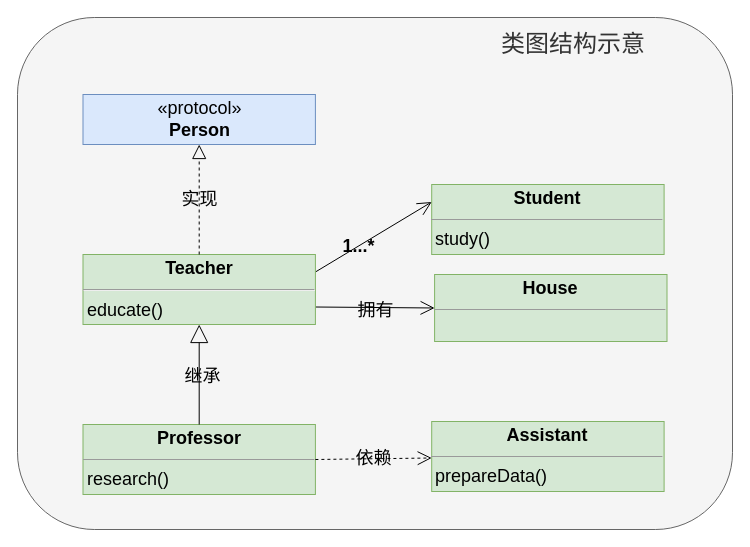
The draw.io diagram page "ClassDiagram" (1 of 4) of OrzSwiftDP.drawio in OrzGeeker/OrzDP, before the edit. Source tidied: cells renumbered, new cells numbered last; positions are measured from the earlier drawing's top-left corner, leaving out a move shared by most shapes. Both pictures are drawn from the tidied source at 100%, with x=0, y=0 at pixel (17, 17).
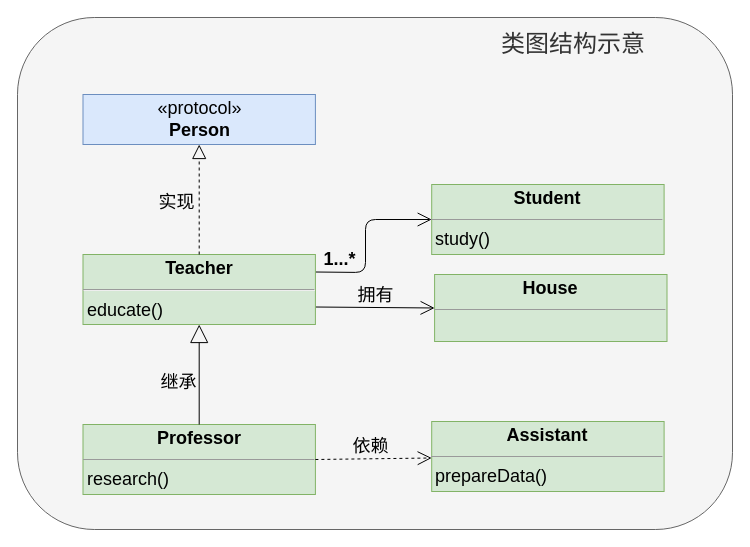
After the change.

Unchanged cells that the change refers to:
```xml
<mxCell id="2" style="group;" parent="1" vertex="1">
  <mxGeometry width="715" height="512" as="geometry" />
</mxCell>
<mxCell id="4" style="group;" parent="2" vertex="1">
  <mxGeometry x="65.5" y="77" width="584" height="400" as="geometry" />
</mxCell>
<mxCell id="6" style="endArrow=open;endFill=1;endSize=12;html=1;entryX=0;entryY=0.5;entryDx=0;entryDy=0;exitX=1;exitY=0.75;exitDx=0;exitDy=0;" parent="4" edge="1" source="12" target="5">
  <mxGeometry relative="1" as="geometry" />
</mxCell>
<mxCell id="8" value="&lt;p style=&quot;margin: 4px 0px 0px ; text-align: center ; font-size: 18px&quot;&gt;&lt;b&gt;&lt;font style=&quot;font-size: 18px&quot;&gt;Student&lt;/font&gt;&lt;/b&gt;&lt;/p&gt;&lt;hr size=&quot;1&quot; style=&quot;font-size: 18px&quot;&gt;&lt;p style=&quot;margin: 0px 0px 0px 4px ; font-size: 18px&quot;&gt;study()&lt;/p&gt;" style="verticalAlign=top;align=left;overflow=fill;fontSize=12;fontFamily=Helvetica;html=1;fillColor=#d5e8d4;strokeColor=#82b366;" parent="4" vertex="1">
  <mxGeometry x="348.7" y="90" width="232.4" height="70" as="geometry" />
</mxCell>
<mxCell id="11" value="&lt;p style=&quot;margin: 4px 0px 0px ; text-align: center ; font-size: 18px&quot;&gt;&lt;b&gt;&lt;font style=&quot;font-size: 18px&quot;&gt;Professor&lt;/font&gt;&lt;/b&gt;&lt;/p&gt;&lt;hr size=&quot;1&quot; style=&quot;font-size: 18px&quot;&gt;&lt;p style=&quot;margin: 0px 0px 0px 4px ; font-size: 18px&quot;&gt;research()&lt;/p&gt;" style="verticalAlign=top;align=left;overflow=fill;fontSize=12;fontFamily=Helvetica;html=1;fillColor=#d5e8d4;strokeColor=#82b366;" parent="4" vertex="1">
  <mxGeometry y="330" width="232.4" height="70" as="geometry" />
</mxCell>
<mxCell id="12" value="&lt;p style=&quot;margin: 4px 0px 0px ; text-align: center ; font-size: 18px&quot;&gt;&lt;b style=&quot;font-size: 18px&quot;&gt;Teacher&lt;/b&gt;&lt;/p&gt;&lt;hr style=&quot;font-size: 18px&quot;&gt;&lt;p style=&quot;margin: 0px 0px 0px 4px ; font-size: 18px&quot;&gt;educate()&lt;/p&gt;" style="verticalAlign=top;align=left;overflow=fill;fontSize=18;fontFamily=Helvetica;html=1;fillColor=#d5e8d4;strokeColor=#82b366;" parent="4" vertex="1">
  <mxGeometry y="160" width="232.4" height="70" as="geometry" />
</mxCell>
<mxCell id="13" style="endArrow=block;endSize=16;endFill=0;html=1;entryX=0.5;entryY=1;entryDx=0;entryDy=0;exitX=0.5;exitY=0;exitDx=0;exitDy=0;" parent="4" edge="1" source="11" target="12">
  <mxGeometry relative="1" as="geometry" />
</mxCell>
<mxCell id="15" value="&lt;font style=&quot;font-size: 18px&quot;&gt;«protocol»&lt;br&gt;&lt;b&gt;Person&lt;/b&gt;&lt;/font&gt;" style="html=1;fillColor=#dae8fc;strokeColor=#6c8ebf;" parent="4" vertex="1">
  <mxGeometry width="232.4" height="50" as="geometry" />
</mxCell>
<mxCell id="17" value="&lt;p style=&quot;margin: 4px 0px 0px ; text-align: center&quot;&gt;&lt;span style=&quot;font-size: 18px&quot;&gt;&lt;b&gt;Assistant&lt;/b&gt;&lt;/span&gt;&lt;br&gt;&lt;/p&gt;&lt;hr size=&quot;1&quot; style=&quot;font-size: 18px&quot;&gt;&lt;p style=&quot;margin: 0px 0px 0px 4px ; font-size: 18px&quot;&gt;prepareData()&lt;/p&gt;" style="verticalAlign=top;align=left;overflow=fill;fontSize=12;fontFamily=Helvetica;html=1;fillColor=#d5e8d4;strokeColor=#82b366;" parent="4" vertex="1">
  <mxGeometry x="348.7" y="327" width="232.4" height="70" as="geometry" />
</mxCell>
```

What changed in the source:
```diff
@@
+    <mxCell id="19" value="&lt;font style=&quot;font-size: 24px&quot;&gt;类图结构示意&lt;/font&gt;" style="text;html=1;fillColor=#f5f5f5;align=center;verticalAlign=middle;whiteSpace=wrap;rounded=0;fontSize=18;fontColor=#333333;" parent="2" vertex="1">
+      <mxGeometry x="466.5" y="4" width="178" height="46" as="geometry" />
+    </mxCell>
@@
     <mxCell id="7" value="拥有" style="edgeLabel;html=1;align=center;verticalAlign=middle;fontSize=18;labelBackgroundColor=none;" parent="6" vertex="1">
       <mxGeometry y="-1" relative="1" as="geometry">
-        <mxPoint y="1" as="offset" />
+        <mxPoint x="0.1" y="-14" as="offset" />
       </mxGeometry>
     </mxCell>
@@
-    <mxCell id="9" style="endArrow=open;endFill=1;endSize=12;html=1;entryX=0;entryY=0.25;entryDx=0;entryDy=0;exitX=1;exitY=0.25;exitDx=0;exitDy=0;" parent="4" edge="1" source="12" target="8">
-      <mxGeometry relative="1" as="geometry" />
+    <mxCell id="9" style="endArrow=open;endFill=1;endSize=12;html=1;entryX=0;entryY=0.5;entryDx=0;entryDy=0;exitX=1;exitY=0.25;exitDx=0;exitDy=0;" parent="4" edge="1" source="12" target="8">
+      <mxGeometry relative="1" as="geometry">
+        <Array as="points">
+          <mxPoint x="282.5" y="178" />
+          <mxPoint x="282.5" y="125" />
+        </Array>
+      </mxGeometry>
     </mxCell>
     <mxCell id="10" value="&lt;font style=&quot;font-size: 18px&quot;&gt;&lt;b&gt;1...*&lt;/b&gt;&lt;/font&gt;" style="edgeLabel;html=1;align=center;verticalAlign=middle;labelBackgroundColor=none;" parent="9" vertex="1">
-      <mxGeometry x="-0.27" relative="1" as="geometry" />
+      <mxGeometry x="-0.27" relative="1" as="geometry">
+        <mxPoint x="-27" y="-1.2" as="offset" />
+      </mxGeometry>
     </mxCell>
@@
     <mxCell id="14" value="继承" style="edgeLabel;html=1;align=center;verticalAlign=middle;fontSize=18;labelBackgroundColor=none;" parent="13" vertex="1">
-      <mxGeometry x="-0.03" y="-3" relative="1" as="geometry" />
+      <mxGeometry x="-0.03" y="-3" relative="1" as="geometry">
+        <mxPoint x="-24.7" y="6.6" as="offset" />
+      </mxGeometry>
     </mxCell>
@@
     <mxCell id="16" value="&lt;font style=&quot;font-size: 18px&quot;&gt;实现&lt;/font&gt;" style="endArrow=block;dashed=1;endFill=0;endSize=12;html=1;exitX=0.5;exitY=0;exitDx=0;exitDy=0;labelBackgroundColor=none;" parent="4" edge="1" source="12" target="15">
-      <mxGeometry relative="1" as="geometry" />
+      <mxGeometry x="-0.05" y="23" relative="1" as="geometry" />
     </mxCell>
@@
     <mxCell id="18" value="依赖" style="endArrow=open;endSize=12;dashed=1;html=1;fontSize=18;exitX=1;exitY=0.5;exitDx=0;exitDy=0;labelBackgroundColor=none;" parent="4" edge="1" source="11" target="17">
-      <mxGeometry relative="1" as="geometry" />
+      <mxGeometry x="-0.05" y="12" relative="1" as="geometry" />
     </mxCell>
-    <mxCell id="19" value="&lt;font style=&quot;font-size: 24px&quot;&gt;类图结构示意&lt;/font&gt;" style="text;html=1;fillColor=#f5f5f5;align=center;verticalAlign=middle;whiteSpace=wrap;rounded=0;fontSize=18;fontColor=#333333;" parent="2" vertex="1">
-      <mxGeometry x="466.5" y="4" width="178" height="46" as="geometry" />
-    </mxCell>
```
